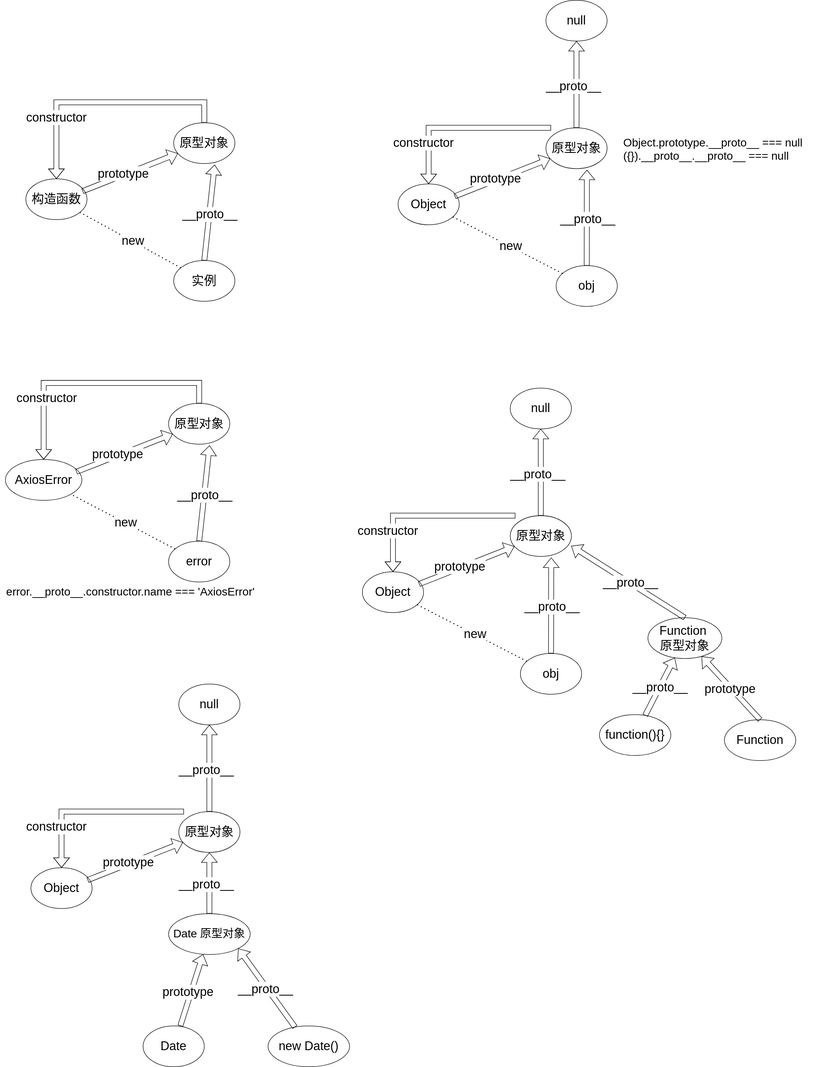
Earlier version of the draw.io export es-prototypeObj-constructor-instance.drawio.svg (Linhieng/diagrams). Source tidied: cells renumbered, new cells last; positions are measured from the earlier drawing's top-left corner, leaving out a move shared by most shapes.
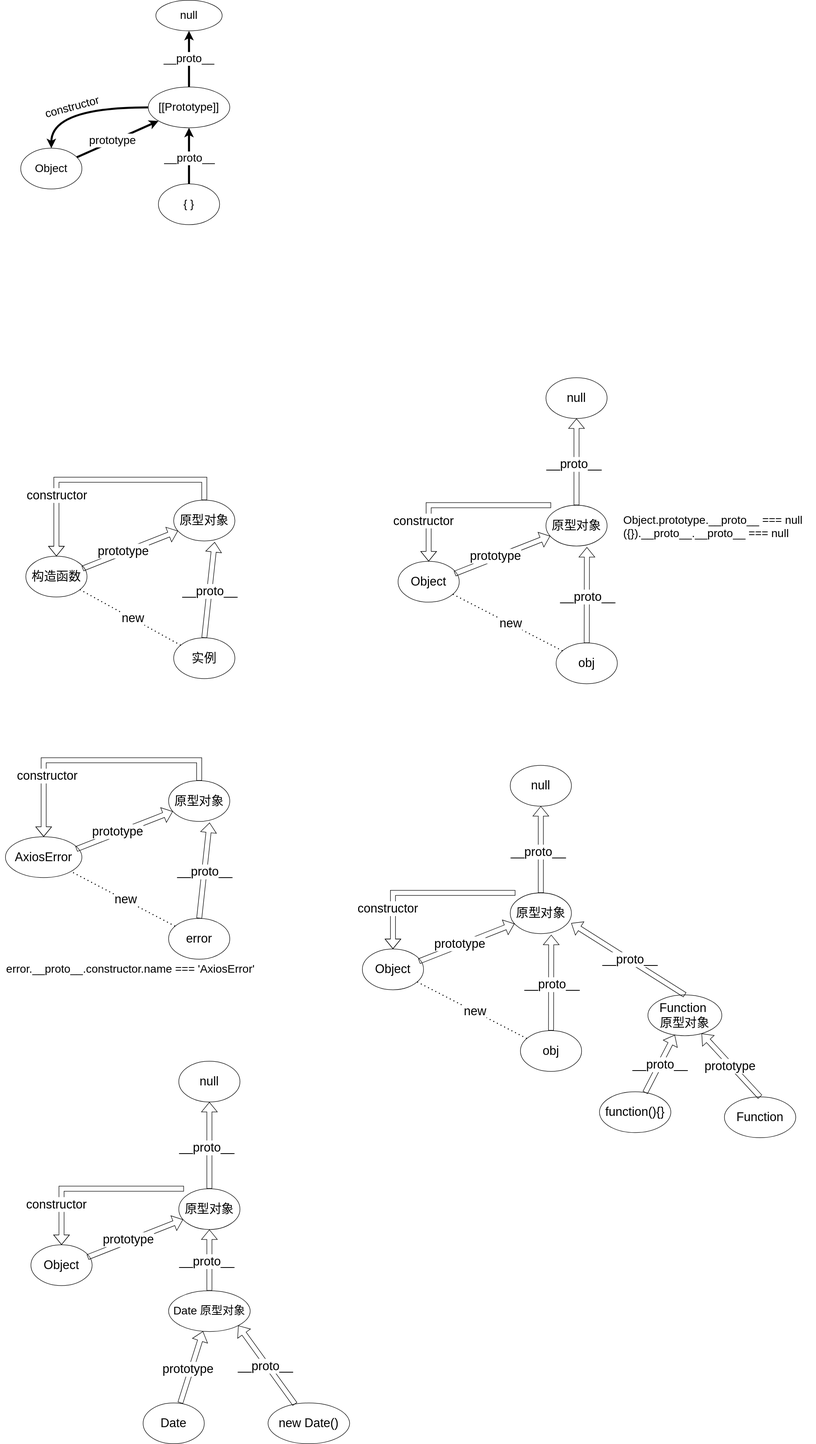
After the commit.

The edit, as a diff of the source:
```diff
@@ -306,5 +306,45 @@
         <mxPoint x="-8" y="-2" as="offset" />
       </mxGeometry>
     </mxCell>
+    <mxCell id="81" style="rounded=0;jettySize=auto;html=1;strokeWidth=4;" parent="1" edge="1" source="83" target="91">
+      <mxGeometry relative="1" as="geometry" />
+    </mxCell>
+    <mxCell id="82" value="&lt;font style=&quot;font-size: 22px;&quot;&gt;prototype&lt;/font&gt;" style="edgeLabel;html=1;align=center;verticalAlign=middle;" parent="81" vertex="1">
+      <mxGeometry x="-0.12" y="2" relative="1" as="geometry" />
+    </mxCell>
+    <mxCell id="83" value="Object" style="ellipse;whiteSpace=wrap;html=1;fontSize=22;" parent="1" vertex="1">
+      <mxGeometry x="40" y="-450" width="120" height="80" as="geometry" />
+    </mxCell>
+    <mxCell id="84" style="edgeStyle=orthogonalEdgeStyle;rounded=0;jettySize=auto;html=1;strokeWidth=4;" parent="1" edge="1" source="86" target="91">
+      <mxGeometry relative="1" as="geometry" />
+    </mxCell>
+    <mxCell id="85" value="&lt;font style=&quot;font-size: 22px;&quot;&gt;__proto__&lt;/font&gt;" style="edgeLabel;html=1;align=center;verticalAlign=middle;" parent="84" vertex="1">
+      <mxGeometry x="-0.07" y="-2" relative="1" as="geometry">
+        <mxPoint x="-2" as="offset" />
+      </mxGeometry>
+    </mxCell>
+    <mxCell id="86" value="{ }" style="ellipse;whiteSpace=wrap;html=1;fontSize=22;" parent="1" vertex="1">
+      <mxGeometry x="310" y="-380" width="120" height="80" as="geometry" />
+    </mxCell>
+    <mxCell id="87" style="edgeStyle=orthogonalEdgeStyle;rounded=0;jettySize=auto;html=1;strokeWidth=4;" parent="1" edge="1" source="91" target="92">
+      <mxGeometry relative="1" as="geometry" />
+    </mxCell>
+    <mxCell id="88" value="&lt;font style=&quot;font-size: 22px;&quot;&gt;__proto__&lt;/font&gt;" style="edgeLabel;html=1;align=center;verticalAlign=middle;" parent="87" vertex="1">
+      <mxGeometry x="0.01" y="1" relative="1" as="geometry" />
+    </mxCell>
+    <mxCell id="89" style="edgeStyle=orthogonalEdgeStyle;rounded=0;jettySize=auto;html=1;strokeWidth=4;curved=1;" parent="1" edge="1" source="91" target="83">
+      <mxGeometry relative="1" as="geometry" />
+    </mxCell>
+    <mxCell id="90" value="&lt;font style=&quot;font-size: 22px;&quot;&gt;constructor&lt;/font&gt;" style="edgeLabel;html=1;align=center;verticalAlign=middle;rotation=-15;" parent="89" vertex="1">
+      <mxGeometry x="-0.05" y="-3" relative="1" as="geometry">
+        <mxPoint x="-22" y="3" as="offset" />
+      </mxGeometry>
+    </mxCell>
+    <mxCell id="91" value="[[Prototype]]" style="ellipse;whiteSpace=wrap;html=1;fontSize=22;" parent="1" vertex="1">
+      <mxGeometry x="290" y="-570" width="160" height="80" as="geometry" />
+    </mxCell>
+    <mxCell id="92" value="null" style="ellipse;whiteSpace=wrap;html=1;fontSize=22;" parent="1" vertex="1">
+      <mxGeometry x="305" y="-740" width="130" height="60" as="geometry" />
+    </mxCell>
   </root>
 </mxGraphModel>
```
